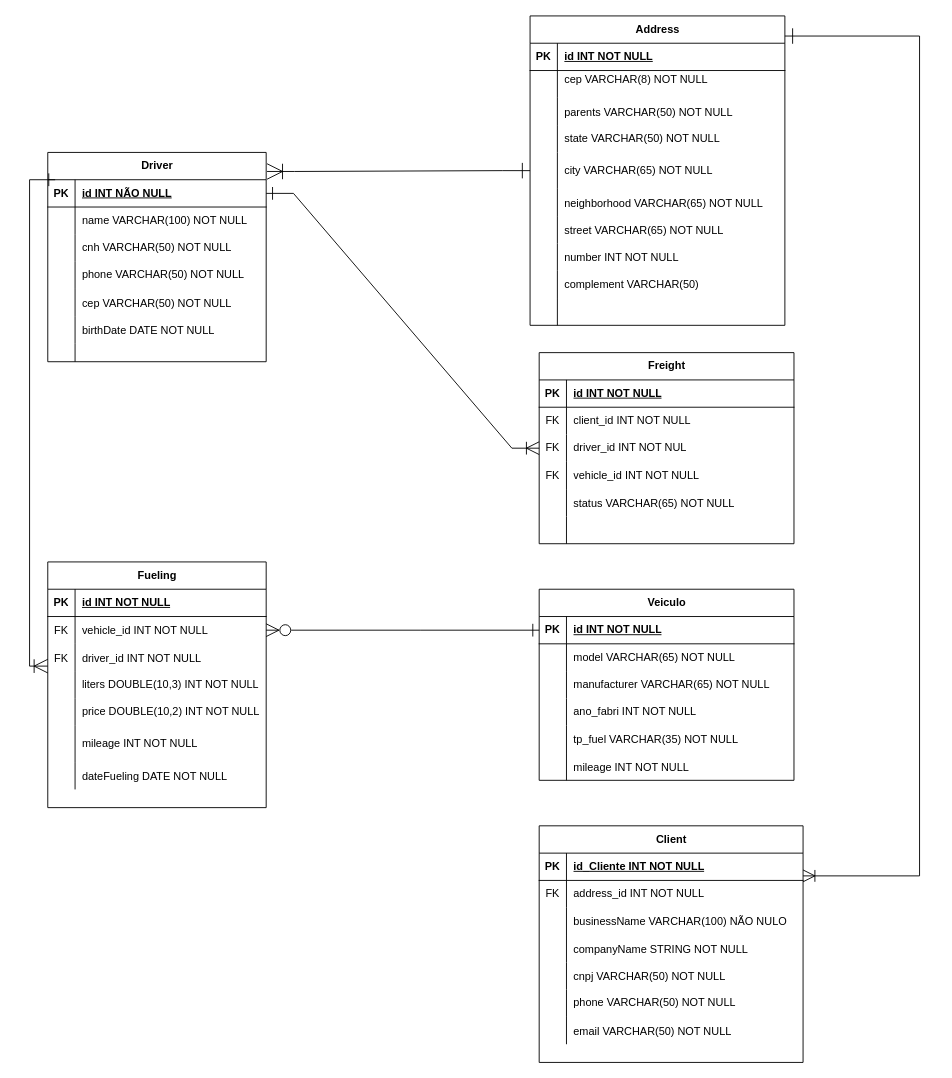
Before: FleetPlus/Database/der.drawio in MariaEduarda94/Projeto-Extens-o, a draw.io diagram. Source tidied: cells renumbered, new cells numbered last; positions are measured from the earlier drawing's top-left corner, leaving out a move shared by most shapes. Both pictures are drawn from the tidied source at 91%, with x=0, y=0 at pixel (29, 15).
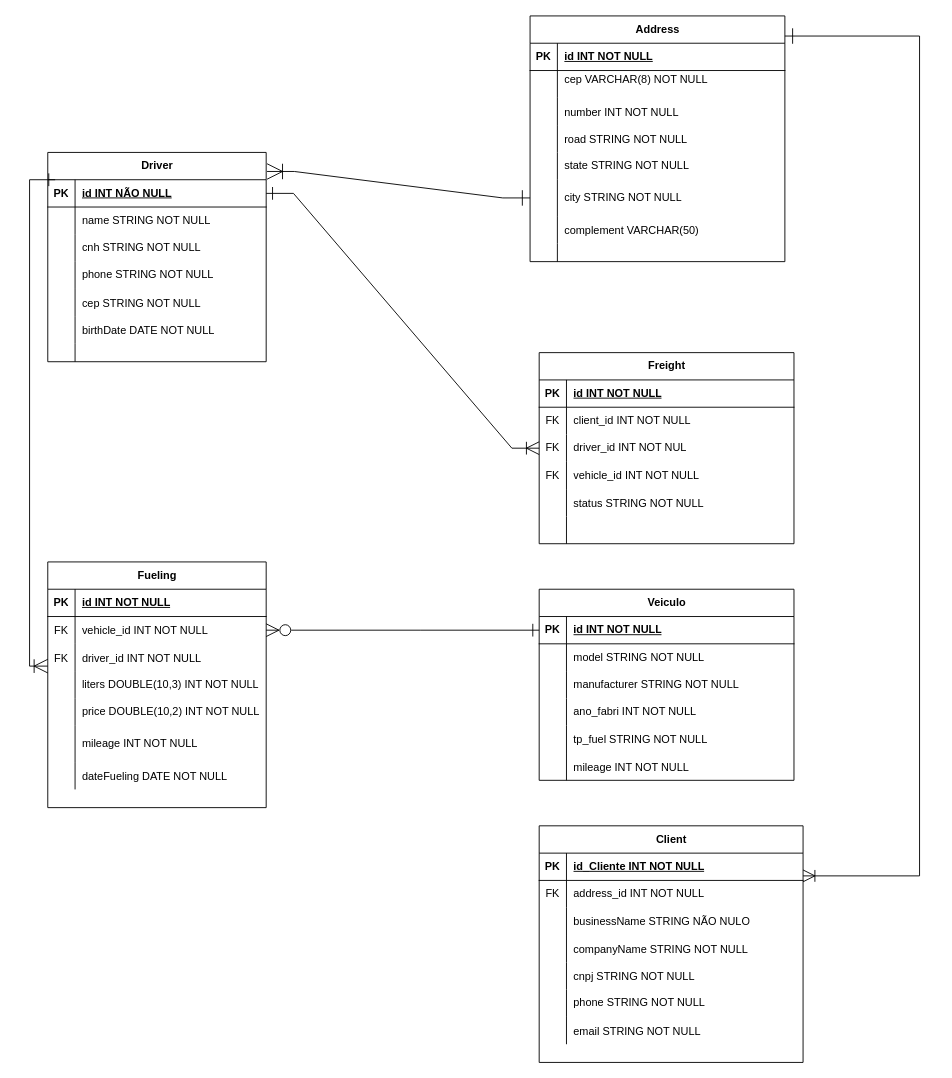
The same diagram, later.

Unchanged cells that the change refers to:
```xml
<mxCell id="6" style="shape=tableRow;horizontal=0;startSize=0;swimlaneHead=0;swimlaneBody=0;fillColor=none;top=0;left=0;right=0;bottom=0;" parent="2" vertex="1">
  <mxGeometry y="60" width="240" height="30" as="geometry" />
</mxCell>
<mxCell id="9" style="shape=tableRow;horizontal=0;startSize=0;swimlaneHead=0;swimlaneBody=0;fillColor=none;top=0;left=0;right=0;bottom=0;" parent="2" vertex="1">
  <mxGeometry y="90" width="240" height="30" as="geometry" />
</mxCell>
<mxCell id="12" style="shape=tableRow;horizontal=0;startSize=0;swimlaneHead=0;swimlaneBody=0;fillColor=none;points=[[0,0.5],[1,0.5]];portConstraint=eastwest;top=0;left=0;right=0;bottom=0;" parent="2" vertex="1">
  <mxGeometry y="120" width="240" height="30" as="geometry" />
</mxCell>
<mxCell id="15" style="shape=tableRow;horizontal=0;startSize=0;swimlaneHead=0;swimlaneBody=0;fillColor=none;top=0;left=0;right=0;bottom=0;" parent="2" vertex="1">
  <mxGeometry y="150" width="240" height="30" as="geometry" />
</mxCell>
<mxCell id="32" style="shape=tableRow;horizontal=0;startSize=0;swimlaneHead=0;swimlaneBody=0;fillColor=none;top=0;left=0;right=0;bottom=0;" parent="25" vertex="1">
  <mxGeometry y="90" width="290" height="30" as="geometry" />
</mxCell>
<mxCell id="38" style="shape=tableRow;horizontal=0;startSize=0;swimlaneHead=0;swimlaneBody=0;fillColor=none;top=0;left=0;right=0;bottom=0;" parent="25" vertex="1">
  <mxGeometry y="150" width="290" height="30" as="geometry" />
</mxCell>
<mxCell id="41" style="shape=tableRow;horizontal=0;startSize=0;swimlaneHead=0;swimlaneBody=0;fillColor=none;top=0;left=0;right=0;bottom=0;" parent="25" vertex="1">
  <mxGeometry y="180" width="290" height="30" as="geometry" />
</mxCell>
<mxCell id="44" style="shape=tableRow;horizontal=0;startSize=0;swimlaneHead=0;swimlaneBody=0;fillColor=none;top=0;left=0;right=0;bottom=0;" parent="25" vertex="1">
  <mxGeometry y="210" width="290" height="30" as="geometry" />
</mxCell>
<mxCell id="82" style="shape=tableRow;horizontal=0;startSize=0;swimlaneHead=0;swimlaneBody=0;fillColor=none;top=0;left=0;right=0;bottom=0;" parent="78" vertex="1">
  <mxGeometry y="60" width="280" height="30" as="geometry" />
</mxCell>
<mxCell id="85" style="shape=tableRow;horizontal=0;startSize=0;swimlaneHead=0;swimlaneBody=0;fillColor=none;top=0;left=0;right=0;bottom=0;" parent="78" vertex="1">
  <mxGeometry y="90" width="280" height="30" as="geometry" />
</mxCell>
<mxCell id="91" style="shape=tableRow;horizontal=0;startSize=0;swimlaneHead=0;swimlaneBody=0;fillColor=none;top=0;left=0;right=0;bottom=0;" parent="78" vertex="1">
  <mxGeometry y="150" width="280" height="30" as="geometry" />
</mxCell>
<mxCell id="134" style="shape=tableRow;horizontal=0;startSize=0;swimlaneHead=0;swimlaneBody=0;fillColor=none;top=0;left=0;right=0;bottom=0;" parent="121" vertex="1">
  <mxGeometry y="150" width="280" height="30" as="geometry" />
</mxCell>
```

Change to the diagram source:
```diff
@@
-    <mxCell id="8" value="name VARCHAR(100) NOT NULL" style="shape=partialRectangle;fillColor=none;top=0;left=0;bottom=0;right=0;align=left;spacingLeft=6;overflow=hidden;whiteSpace=wrap;html=1;" parent="6" vertex="1">
+    <mxCell id="8" value="name&amp;nbsp;&lt;span style=&quot;text-wrap: nowrap;&quot;&gt;STRING&lt;/span&gt;&amp;nbsp;NOT NULL" style="shape=partialRectangle;fillColor=none;top=0;left=0;bottom=0;right=0;align=left;spacingLeft=6;overflow=hidden;whiteSpace=wrap;html=1;" parent="6" vertex="1">
       <mxGeometry x="30" width="210" height="30" as="geometry" />
     </mxCell>
@@
-    <mxCell id="11" value="cnh VARCHAR(50) NOT NULL" style="shape=partialRectangle;fillColor=none;top=0;left=0;bottom=0;right=0;align=left;spacingLeft=6;overflow=hidden;whiteSpace=wrap;html=1;" parent="9" vertex="1">
+    <mxCell id="11" value="cnh&amp;nbsp;&lt;span style=&quot;text-wrap: nowrap;&quot;&gt;STRING&lt;/span&gt;&amp;nbsp;NOT NULL" style="shape=partialRectangle;fillColor=none;top=0;left=0;bottom=0;right=0;align=left;spacingLeft=6;overflow=hidden;whiteSpace=wrap;html=1;" parent="9" vertex="1">
       <mxGeometry x="30" width="210" height="30" as="geometry" />
     </mxCell>
@@
-    <mxCell id="14" value="phone VARCHAR(50) NOT NULL" style="shape=partialRectangle;fillColor=none;top=0;left=0;bottom=0;right=0;align=left;spacingLeft=6;overflow=hidden;whiteSpace=wrap;html=1;" parent="12" vertex="1">
+    <mxCell id="14" value="phone&amp;nbsp;&lt;span style=&quot;text-wrap: nowrap;&quot;&gt;STRING&lt;/span&gt;&amp;nbsp;NOT NULL" style="shape=partialRectangle;fillColor=none;top=0;left=0;bottom=0;right=0;align=left;spacingLeft=6;overflow=hidden;whiteSpace=wrap;html=1;" parent="12" vertex="1">
       <mxGeometry x="30" width="210" height="30" as="geometry" />
     </mxCell>
@@
-    <mxCell id="17" value="cep VARCHAR(50) NOT NULL " style="shape=partialRectangle;fillColor=none;top=0;left=0;bottom=0;right=0;align=left;spacingLeft=6;overflow=hidden;" parent="15" vertex="1">
+    <mxCell id="17" value="cep STRING NOT NULL " style="shape=partialRectangle;fillColor=none;top=0;left=0;bottom=0;right=0;align=left;spacingLeft=6;overflow=hidden;" parent="15" vertex="1">
       <mxGeometry x="30" width="210" height="30" as="geometry" />
     </mxCell>
@@
-    <mxCell id="34" value="businessName VARCHAR(100) NÃO NULO" style="shape=partialRectangle;fillColor=none;top=0;left=0;bottom=0;right=0;align=left;spacingLeft=6;overflow=hidden;whiteSpace=wrap;html=1;" parent="32" vertex="1">
+    <mxCell id="34" value="businessName&amp;nbsp;&lt;span style=&quot;text-wrap: nowrap;&quot;&gt;STRING&lt;/span&gt;&amp;nbsp;NÃO NULO" style="shape=partialRectangle;fillColor=none;top=0;left=0;bottom=0;right=0;align=left;spacingLeft=6;overflow=hidden;whiteSpace=wrap;html=1;" parent="32" vertex="1">
       <mxGeometry x="30" width="260" height="30" as="geometry" />
     </mxCell>
@@
-    <mxCell id="40" value="cnpj VARCHAR(50) NOT NULL " style="shape=partialRectangle;fillColor=none;top=0;left=0;bottom=0;right=0;align=left;spacingLeft=6;overflow=hidden;" parent="38" vertex="1">
+    <mxCell id="40" value="cnpj STRING NOT NULL " style="shape=partialRectangle;fillColor=none;top=0;left=0;bottom=0;right=0;align=left;spacingLeft=6;overflow=hidden;" parent="38" vertex="1">
       <mxGeometry x="30" width="260" height="30" as="geometry" />
     </mxCell>
@@
-    <mxCell id="43" value="phone VARCHAR(50) NOT NULL" style="shape=partialRectangle;fillColor=none;top=0;left=0;bottom=0;right=0;align=left;spacingLeft=6;fontStyle=0;overflow=hidden;whiteSpace=wrap;html=1;" parent="41" vertex="1">
+    <mxCell id="43" value="phone&amp;nbsp;&lt;span style=&quot;text-wrap: nowrap;&quot;&gt;STRING&lt;/span&gt;&amp;nbsp;NOT NULL" style="shape=partialRectangle;fillColor=none;top=0;left=0;bottom=0;right=0;align=left;spacingLeft=6;fontStyle=0;overflow=hidden;whiteSpace=wrap;html=1;" parent="41" vertex="1">
       <mxGeometry x="30" width="260" height="30" as="geometry" />
     </mxCell>
@@
-    <mxCell id="46" value="email VARCHAR(50) NOT NULL" style="shape=partialRectangle;fillColor=none;top=0;left=0;bottom=0;right=0;align=left;spacingLeft=6;overflow=hidden;" parent="44" vertex="1">
+    <mxCell id="46" value="email STRING NOT NULL" style="shape=partialRectangle;fillColor=none;top=0;left=0;bottom=0;right=0;align=left;spacingLeft=6;overflow=hidden;" parent="44" vertex="1">
       <mxGeometry x="30" width="260" height="30" as="geometry" />
     </mxCell>
     <mxCell id="47" value="Address" style="shape=table;startSize=30;childLayout=tableLayout;rowLines=0;fontStyle=1;align=center;html=1;" parent="1" vertex="1">
-      <mxGeometry x="550" width="280" height="340" as="geometry" />
+      <mxGeometry x="550" width="280" height="270" as="geometry" />
     </mxCell>
@@
-    <mxCell id="54" style="shape=tableRow;horizontal=0;startSize=0;swimlaneHead=0;swimlaneBody=0;fillColor=none;top=0;left=0;right=0;bottom=0;" parent="47" vertex="1">
-      <mxGeometry y="90" width="280" height="30" as="geometry" />
-    </mxCell>
-    <mxCell id="55" style="shape=partialRectangle;fillColor=none;top=0;left=0;bottom=0;right=0;overflow=hidden;" parent="54" vertex="1">
-      <mxGeometry width="30" height="30" as="geometry" />
-    </mxCell>
-    <mxCell id="56" value="parents VARCHAR(50) NOT NULL" style="shape=partialRectangle;fillColor=none;top=0;left=0;bottom=0;right=0;align=left;spacingLeft=6;overflow=hidden;" parent="54" vertex="1">
-      <mxGeometry x="30" width="250" height="30" as="geometry" />
-    </mxCell>
+    <mxCell id="69" style="shape=tableRow;horizontal=0;startSize=0;swimlaneHead=0;swimlaneBody=0;fillColor=none;top=0;left=0;right=0;bottom=0;" parent="47" vertex="1">
+      <mxGeometry y="90" width="280" height="30" as="geometry" />
+    </mxCell>
+    <mxCell id="70" style="shape=partialRectangle;fillColor=none;top=0;left=0;bottom=0;right=0;overflow=hidden;" parent="69" vertex="1">
+      <mxGeometry width="30" height="30" as="geometry" />
+    </mxCell>
+    <mxCell id="71" value="number INT NOT NULL" style="shape=partialRectangle;fillColor=none;top=0;left=0;bottom=0;right=0;align=left;spacingLeft=6;overflow=hidden;" parent="69" vertex="1">
+      <mxGeometry x="30" width="250" height="30" as="geometry" />
+    </mxCell>
+    <mxCell id="66" style="shape=tableRow;horizontal=0;startSize=0;swimlaneHead=0;swimlaneBody=0;fillColor=none;top=0;left=0;right=0;bottom=0;" parent="47" vertex="1">
+      <mxGeometry y="120" width="280" height="30" as="geometry" />
+    </mxCell>
+    <mxCell id="67" style="shape=partialRectangle;fillColor=none;top=0;left=0;bottom=0;right=0;overflow=hidden;" parent="66" vertex="1">
+      <mxGeometry width="30" height="30" as="geometry" />
+    </mxCell>
+    <mxCell id="68" value="road STRING NOT NULL   " style="shape=partialRectangle;fillColor=none;top=0;left=0;bottom=0;right=0;align=left;spacingLeft=6;overflow=hidden;" parent="66" vertex="1">
+      <mxGeometry x="30" width="250" height="30" as="geometry" />
+    </mxCell>
     <mxCell id="57" style="shape=tableRow;horizontal=0;startSize=0;swimlaneHead=0;swimlaneBody=0;fillColor=none;top=0;left=0;right=0;bottom=0;" parent="47" vertex="1">
-      <mxGeometry y="120" width="280" height="30" as="geometry" />
+      <mxGeometry y="150" width="280" height="30" as="geometry" />
     </mxCell>
@@
-    <mxCell id="59" value="state VARCHAR(50) NOT NULL" style="shape=partialRectangle;fillColor=none;top=0;left=0;bottom=0;right=0;align=left;spacingLeft=6;overflow=hidden;whiteSpace=wrap;html=1;" parent="57" vertex="1">
+    <mxCell id="59" value="state&amp;nbsp;&lt;span style=&quot;text-wrap: nowrap;&quot;&gt;STRING&lt;/span&gt;&amp;nbsp;NOT NULL" style="shape=partialRectangle;fillColor=none;top=0;left=0;bottom=0;right=0;align=left;spacingLeft=6;overflow=hidden;whiteSpace=wrap;html=1;" parent="57" vertex="1">
       <mxGeometry x="30" width="250" height="30" as="geometry" />
     </mxCell>
     <mxCell id="60" style="shape=tableRow;horizontal=0;startSize=0;swimlaneHead=0;swimlaneBody=0;fillColor=none;points=[[0,0.5],[1,0.5]];portConstraint=eastwest;top=0;left=0;right=0;bottom=0;" parent="47" vertex="1">
-      <mxGeometry y="150" width="280" height="40" as="geometry" />
+      <mxGeometry y="180" width="280" height="40" as="geometry" />
     </mxCell>
@@
-    <mxCell id="62" value="city VARCHAR(65) NOT NULL" style="shape=partialRectangle;fillColor=none;top=0;left=0;bottom=0;right=0;align=left;spacingLeft=6;overflow=hidden;whiteSpace=wrap;html=1;" parent="60" vertex="1">
+    <mxCell id="62" value="city&amp;nbsp;&lt;span style=&quot;text-wrap: nowrap;&quot;&gt;STRING&amp;nbsp;&lt;/span&gt;NOT NULL" style="shape=partialRectangle;fillColor=none;top=0;left=0;bottom=0;right=0;align=left;spacingLeft=6;overflow=hidden;whiteSpace=wrap;html=1;" parent="60" vertex="1">
       <mxGeometry x="30" width="250" height="40" as="geometry" />
     </mxCell>
-    <mxCell id="63" style="shape=tableRow;horizontal=0;startSize=0;swimlaneHead=0;swimlaneBody=0;fillColor=none;top=0;left=0;right=0;bottom=0;" parent="47" vertex="1">
-      <mxGeometry y="190" width="280" height="30" as="geometry" />
-    </mxCell>
-    <mxCell id="64" style="shape=partialRectangle;fillColor=none;top=0;left=0;bottom=0;right=0;overflow=hidden;" parent="63" vertex="1">
-      <mxGeometry width="30" height="30" as="geometry" />
-    </mxCell>
-    <mxCell id="65" value="neighborhood VARCHAR(65) NOT NULL" style="shape=partialRectangle;fillColor=none;top=0;left=0;bottom=0;right=0;align=left;spacingLeft=6;overflow=hidden;" parent="63" vertex="1">
-      <mxGeometry x="30" width="250" height="30" as="geometry" />
-    </mxCell>
-    <mxCell id="66" style="shape=tableRow;horizontal=0;startSize=0;swimlaneHead=0;swimlaneBody=0;fillColor=none;top=0;left=0;right=0;bottom=0;" parent="47" vertex="1">
-      <mxGeometry y="220" width="280" height="30" as="geometry" />
-    </mxCell>
-    <mxCell id="67" style="shape=partialRectangle;fillColor=none;top=0;left=0;bottom=0;right=0;overflow=hidden;" parent="66" vertex="1">
-      <mxGeometry width="30" height="30" as="geometry" />
-    </mxCell>
-    <mxCell id="68" value="street VARCHAR(65) NOT NULL" style="shape=partialRectangle;fillColor=none;top=0;left=0;bottom=0;right=0;align=left;spacingLeft=6;overflow=hidden;" parent="66" vertex="1">
-      <mxGeometry x="30" width="250" height="30" as="geometry" />
-    </mxCell>
-    <mxCell id="69" style="shape=tableRow;horizontal=0;startSize=0;swimlaneHead=0;swimlaneBody=0;fillColor=none;top=0;left=0;right=0;bottom=0;" parent="47" vertex="1">
-      <mxGeometry y="250" width="280" height="30" as="geometry" />
-    </mxCell>
-    <mxCell id="70" style="shape=partialRectangle;fillColor=none;top=0;left=0;bottom=0;right=0;overflow=hidden;" parent="69" vertex="1">
-      <mxGeometry width="30" height="30" as="geometry" />
-    </mxCell>
-    <mxCell id="71" value="number INT NOT NULL" style="shape=partialRectangle;fillColor=none;top=0;left=0;bottom=0;right=0;align=left;spacingLeft=6;overflow=hidden;" parent="69" vertex="1">
-      <mxGeometry x="30" width="250" height="30" as="geometry" />
-    </mxCell>
     <mxCell id="72" style="shape=tableRow;horizontal=0;startSize=0;swimlaneHead=0;swimlaneBody=0;fillColor=none;top=0;left=0;right=0;bottom=0;" parent="47" vertex="1">
-      <mxGeometry y="280" width="280" height="30" as="geometry" />
+      <mxGeometry y="220" width="280" height="30" as="geometry" />
     </mxCell>
@@
     <mxCell id="75" style="shape=tableRow;horizontal=0;startSize=0;swimlaneHead=0;swimlaneBody=0;fillColor=none;top=0;left=0;right=0;bottom=0;" parent="47" vertex="1">
-      <mxGeometry y="310" width="280" height="30" as="geometry" />
+      <mxGeometry y="250" width="280" height="20" as="geometry" />
     </mxCell>
     <mxCell id="76" style="shape=partialRectangle;fillColor=none;top=0;left=0;bottom=0;right=0;overflow=hidden;whiteSpace=wrap;html=1;" parent="75" vertex="1">
-      <mxGeometry width="30" height="30" as="geometry" />
+      <mxGeometry width="30" height="20" as="geometry" />
     </mxCell>
     <mxCell id="77" style="shape=partialRectangle;fillColor=none;top=0;left=0;bottom=0;right=0;align=left;spacingLeft=6;overflow=hidden;whiteSpace=wrap;html=1;" parent="75" vertex="1">
-      <mxGeometry x="30" width="250" height="30" as="geometry" />
+      <mxGeometry x="30" width="250" height="20" as="geometry" />
     </mxCell>
@@
-    <mxCell id="84" value="model VARCHAR(65) NOT NULL" style="shape=partialRectangle;fillColor=none;top=0;left=0;bottom=0;right=0;align=left;spacingLeft=6;overflow=hidden;whiteSpace=wrap;html=1;" parent="82" vertex="1">
+    <mxCell id="84" value="model&amp;nbsp;&lt;span style=&quot;text-wrap: nowrap;&quot;&gt;STRING&lt;/span&gt;&amp;nbsp;NOT NULL" style="shape=partialRectangle;fillColor=none;top=0;left=0;bottom=0;right=0;align=left;spacingLeft=6;overflow=hidden;whiteSpace=wrap;html=1;" parent="82" vertex="1">
       <mxGeometry x="30" width="250" height="30" as="geometry" />
     </mxCell>
@@
-    <mxCell id="87" value="manufacturer VARCHAR(65) NOT NULL" style="shape=partialRectangle;fillColor=none;top=0;left=0;bottom=0;right=0;align=left;spacingLeft=6;overflow=hidden;whiteSpace=wrap;html=1;" parent="85" vertex="1">
+    <mxCell id="87" value="manufacturer&amp;nbsp;&lt;span style=&quot;text-wrap: nowrap;&quot;&gt;STRING&lt;/span&gt;&amp;nbsp;NOT NULL" style="shape=partialRectangle;fillColor=none;top=0;left=0;bottom=0;right=0;align=left;spacingLeft=6;overflow=hidden;whiteSpace=wrap;html=1;" parent="85" vertex="1">
       <mxGeometry x="30" width="250" height="30" as="geometry" />
     </mxCell>
@@
-    <mxCell id="93" value="tp_fuel VARCHAR(35) NOT NULL" style="shape=partialRectangle;fillColor=none;top=0;left=0;bottom=0;right=0;align=left;spacingLeft=6;overflow=hidden;" parent="91" vertex="1">
+    <mxCell id="93" value="tp_fuel STRING NOT NULL" style="shape=partialRectangle;fillColor=none;top=0;left=0;bottom=0;right=0;align=left;spacingLeft=6;overflow=hidden;" parent="91" vertex="1">
       <mxGeometry x="30" width="250" height="30" as="geometry" />
     </mxCell>
@@
-    <mxCell id="136" value="status VARCHAR(65) NOT NULL" style="shape=partialRectangle;fillColor=none;top=0;left=0;bottom=0;right=0;align=left;spacingLeft=6;overflow=hidden;" parent="134" vertex="1">
+    <mxCell id="136" value="status STRING NOT NULL" style="shape=partialRectangle;fillColor=none;top=0;left=0;bottom=0;right=0;align=left;spacingLeft=6;overflow=hidden;" parent="134" vertex="1">
       <mxGeometry x="30" width="250" height="30" as="geometry" />
     </mxCell>
```
